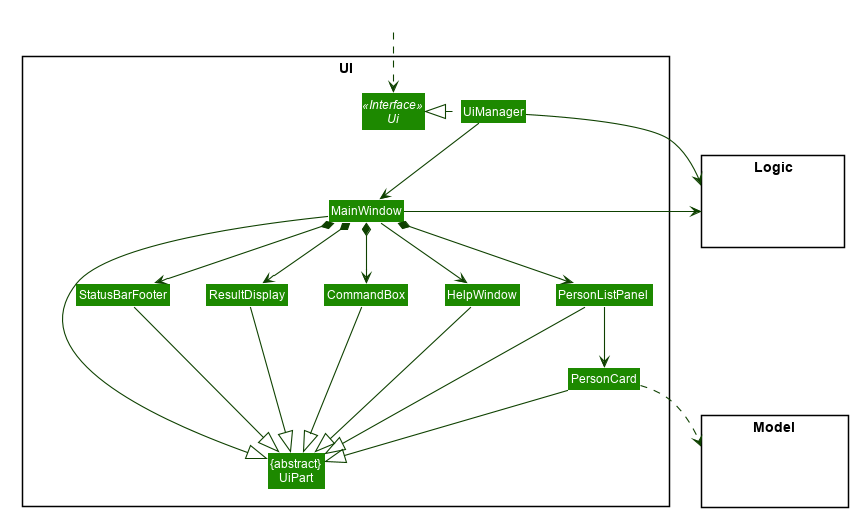
Above: docs/images/UiClassDiagram.png in nus-cs2103-AY2021S2/tp (PlantUML), before the change.
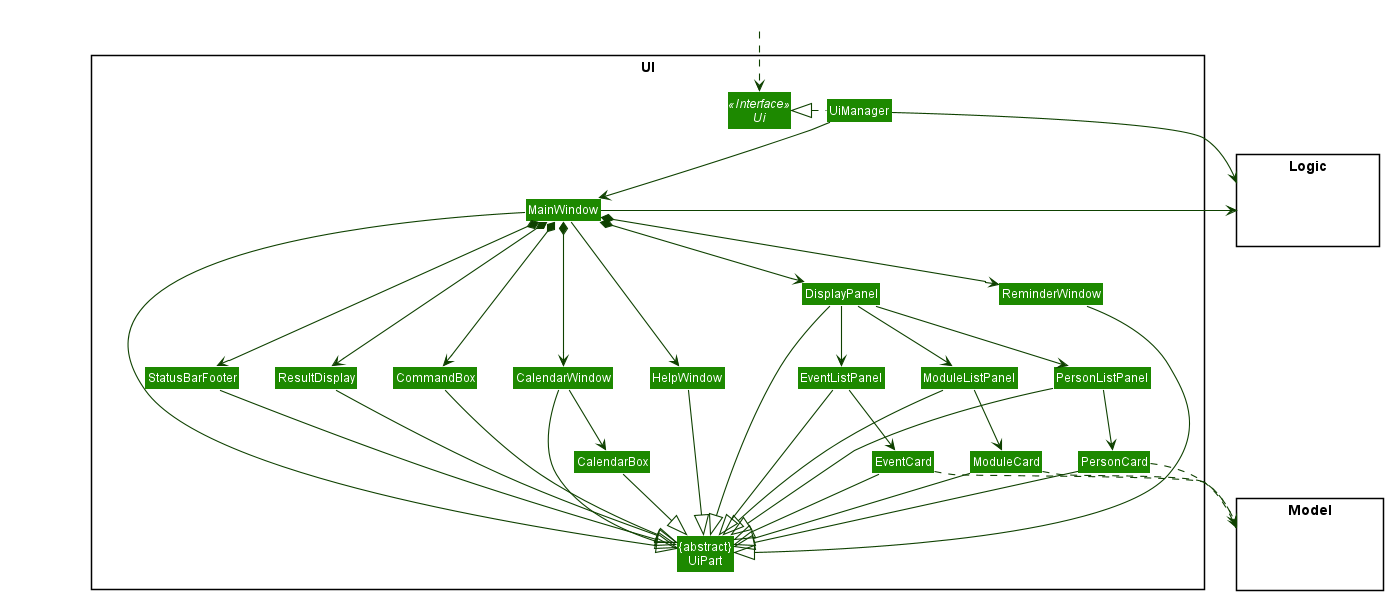
After the change.

What changed in the source:
```diff
@@ -1,55 +1,8 @@
 @startuml
-
-
-
-
-
-
-
-
-skinparam BackgroundColor #FFFFFFF
-
-skinparam Shadowing false
-
-skinparam Class {
-    FontColor #FFFFFF
-    BorderThickness 1
-    BorderColor #FFFFFF
-    StereotypeFontColor #FFFFFF
-    FontName Arial
-}
-
-skinparam Actor {
-    BorderColor #000000
-    Color #000000
-    FontName Arial
-}
-
-skinparam Sequence {
-    MessageAlign center
-    BoxFontSize 15
-    BoxPadding 0
-    BoxFontColor #FFFFFF
-    FontName Arial
-}
-
-skinparam Participant {
-    FontColor #FFFFFFF
-    Padding 20
-}
-
-skinparam MinClassWidth 50
-skinparam ParticipantPadding 10
-skinparam Shadowing false
-skinparam DefaultTextAlignment center
-skinparam packageStyle Rectangle
-
-hide footbox
-hide members
-hide circle
+!include style.puml
 skinparam arrowThickness 1.1
-skinparam arrowColor #0E4100
-skinparam classBackgroundColor #1D8900
+skinparam arrowColor UI_COLOR_T4
+skinparam classBackgroundColor UI_COLOR
 
 package UI <<Rectangle>>{
 Interface Ui <<Interface>>
@@ -62,6 +15,14 @@
 Class PersonCard
 Class StatusBarFooter
 Class CommandBox
+Class CalendarWindow
+Class CalendarBox
+Class DisplayPanel
+Class EventListPanel
+Class EventCard
+Class ReminderWindow
+Class ModuleListPanel
+Class ModuleCard
 }
 
 package Model <<Rectangle>> {
@@ -80,10 +41,19 @@
 MainWindow --> HelpWindow
 MainWindow *-down-> CommandBox
 MainWindow *-down-> ResultDisplay
-MainWindow *-down-> PersonListPanel
 MainWindow *-down-> StatusBarFooter
+MainWindow *-down-> DisplayPanel
+MainWindow *-down-> CalendarWindow
+MainWindow *-down-> ReminderWindow
 
+
+DisplayPanel -down-> ModuleListPanel
+DisplayPanel -down-> EventListPanel
+DisplayPanel -down-> PersonListPanel
+ModuleListPanel -down-> ModuleCard
+EventListPanel -down-> EventCard
 PersonListPanel -down-> PersonCard
+CalendarWindow -down-> CalendarBox
 
 MainWindow -left-|> UiPart
 
@@ -92,9 +62,20 @@
 PersonListPanel --|> UiPart
 PersonCard --|> UiPart
 StatusBarFooter --|> UiPart
+ReminderWindow --|> UiPart
+CalendarBox --|> UiPart
+CalendarWindow --|> UiPart
+DisplayPanel --|> UiPart
+EventListPanel --|> UiPart
+EventCard --|> UiPart
+ModuleCard --|> UiPart
+ModuleListPanel --|> UiPart
+
 HelpWindow -down-|> UiPart
 
 PersonCard ..> Model
+ModuleCard ..> Model
+EventCard ..> Model
 UiManager -right-> Logic
 MainWindow -left-> Logic
 
```
